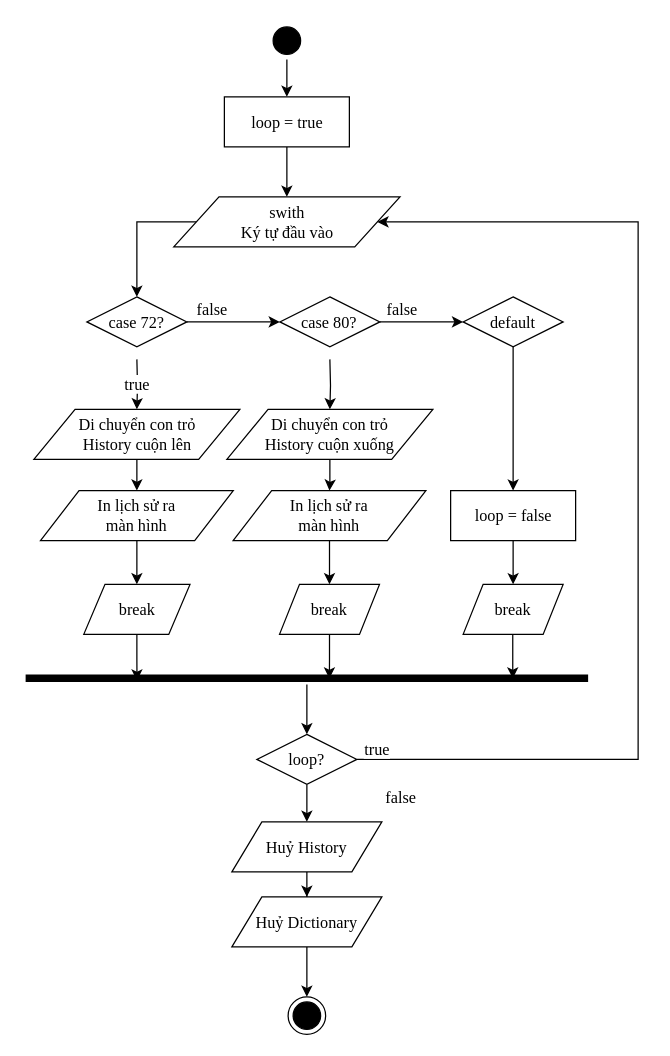
daomtthuan/dictionary keeps this draw.io diagram as page "history" (6 of 6) of docs/diagram/function.drawio. Above is the earlier version. Source tidied: cells renumbered, new cells numbered last; positions are measured from the earlier drawing's top-left corner, leaving out a move shared by most shapes. Both pictures are drawn from the tidied source at 125%, with x=0, y=0 at pixel (25, 21).
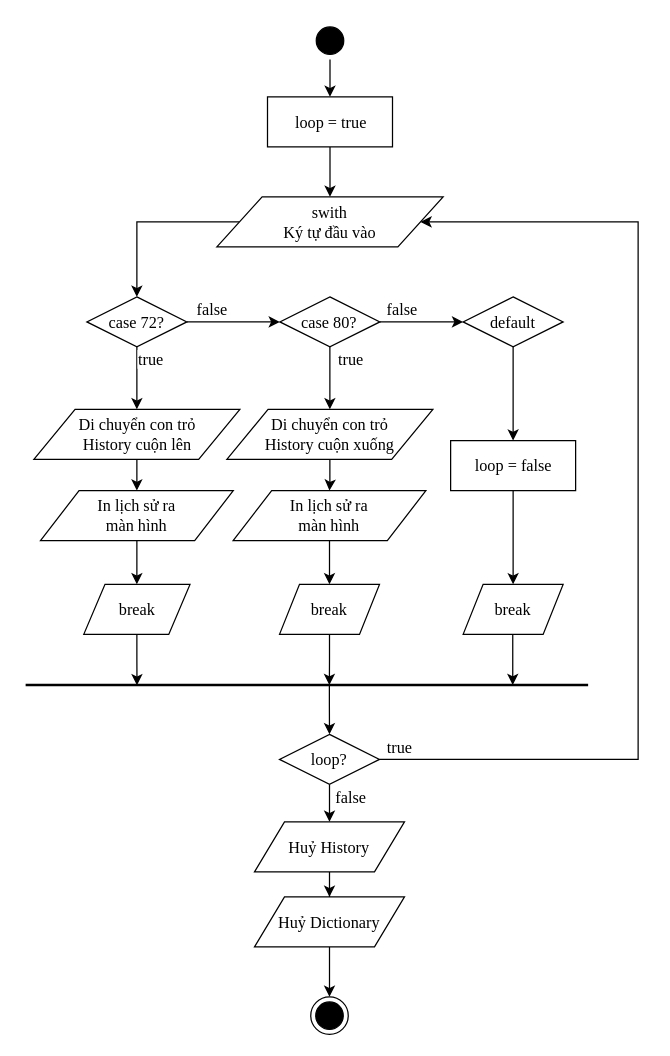
The same diagram, later.

The change refers to these unchanged cells:
```xml
<mxCell id="8" value="case 72?" style="rhombus;whiteSpace=wrap;html=1;fontFamily=Times New Roman;fontSize=13;" parent="1" vertex="1">
  <mxGeometry x="49" y="220" width="80" height="40" as="geometry" />
</mxCell>
<mxCell id="11" value="case 80?" style="rhombus;whiteSpace=wrap;html=1;fontFamily=Times New Roman;fontSize=13;" parent="1" vertex="1">
  <mxGeometry x="203.4" y="220" width="80" height="40" as="geometry" />
</mxCell>
<mxCell id="15" value="Di chuyển con trỏ&lt;br&gt;History cuộn lên" style="shape=parallelogram;perimeter=parallelogramPerimeter;whiteSpace=wrap;html=1;dashed=0;strokeColor=#000000;fontFamily=Times New Roman;fontSize=13;" parent="1" vertex="1">
  <mxGeometry x="6.6" y="310" width="164.8" height="40" as="geometry" />
</mxCell>
<mxCell id="35" value="Di chuyển con trỏ&lt;br&gt;History cuộn xuống" style="shape=parallelogram;perimeter=parallelogramPerimeter;whiteSpace=wrap;html=1;dashed=0;strokeColor=#000000;fontFamily=Times New Roman;fontSize=13;" parent="1" vertex="1">
  <mxGeometry x="161" y="310" width="164.8" height="40" as="geometry" />
</mxCell>
```

What changed in the source:
```diff
@@
+    <mxCell id="18" style="shape=line;html=1;strokeWidth=2;strokeColor=#000000;" parent="1" vertex="1">
+      <mxGeometry y="530" width="450" height="1" as="geometry" />
+    </mxCell>
@@
     <mxCell id="3" style="ellipse;html=1;shape=startState;fillColor=#000000;strokeColor=#000000;" parent="1" vertex="1">
-      <mxGeometry x="194" width="30" height="30" as="geometry" />
+      <mxGeometry x="228.5" width="30" height="30" as="geometry" />
     </mxCell>
@@
     <mxCell id="5" value="swith&lt;br&gt;Ký tự đầu vào" style="shape=parallelogram;perimeter=parallelogramPerimeter;whiteSpace=wrap;html=1;dashed=0;strokeColor=#000000;fontFamily=Times New Roman;fontSize=13;" parent="1" vertex="1">
-      <mxGeometry x="118.5" y="140" width="181" height="40" as="geometry" />
+      <mxGeometry x="153" y="140" width="181" height="40" as="geometry" />
     </mxCell>
-    <mxCell id="6" value="true" style="edgeStyle=orthogonalEdgeStyle;rounded=0;jettySize=auto;html=1;entryX=0.5;entryY=0;entryDx=0;entryDy=0;strokeColor=#000000;fontFamily=Times New Roman;fontSize=13;" parent="1" edge="1" target="15">
-      <mxGeometry relative="1" as="geometry">
-        <mxPoint x="89" y="270" as="sourcePoint" />
-      </mxGeometry>
+    <mxCell id="6" value="true" style="edgeStyle=orthogonalEdgeStyle;rounded=0;jettySize=auto;html=1;entryX=0.5;entryY=0;entryDx=0;entryDy=0;strokeColor=#000000;fontFamily=Times New Roman;fontSize=13;exitX=0.5;exitY=1;exitDx=0;exitDy=0;" parent="1" edge="1" source="8" target="15">
+      <mxGeometry x="-0.6" y="11" relative="1" as="geometry" />
     </mxCell>
@@
-    <mxCell id="10" style="edgeStyle=orthogonalEdgeStyle;rounded=0;jettySize=auto;html=1;entryX=0.5;entryY=0;entryDx=0;entryDy=0;strokeColor=#000000;fontFamily=Times New Roman;fontSize=13;" parent="1" edge="1" target="35">
-      <mxGeometry relative="1" as="geometry">
-        <mxPoint x="243.4" y="270" as="sourcePoint" />
-      </mxGeometry>
+    <mxCell id="10" value="true" style="edgeStyle=orthogonalEdgeStyle;rounded=0;jettySize=auto;html=1;entryX=0.5;entryY=0;entryDx=0;entryDy=0;strokeColor=#000000;fontFamily=Times New Roman;fontSize=13;exitX=0.5;exitY=1;exitDx=0;exitDy=0;" parent="1" edge="1" source="11" target="35">
+      <mxGeometry x="-0.6" y="17" relative="1" as="geometry" />
     </mxCell>
@@
     <mxCell id="16" style="ellipse;html=1;shape=endState;fillColor=#000000;strokeColor=#000000;fontFamily=Times New Roman;fontSize=13;" parent="1" vertex="1">
-      <mxGeometry x="210" y="780" width="30" height="30" as="geometry" />
+      <mxGeometry x="228.1" y="780" width="30" height="30" as="geometry" />
     </mxCell>
-    <mxCell id="17" style="edgeStyle=orthogonalEdgeStyle;rounded=0;jettySize=auto;html=1;entryX=0.5;entryY=0;entryDx=0;entryDy=0;strokeColor=#000000;fontFamily=Times New Roman;fontSize=13;" parent="1" edge="1" source="18" target="29">
-      <mxGeometry relative="1" as="geometry" />
+    <mxCell id="17" style="edgeStyle=orthogonalEdgeStyle;rounded=0;jettySize=auto;html=1;entryX=0.5;entryY=0;entryDx=0;entryDy=0;strokeColor=#000000;fontFamily=Times New Roman;fontSize=13;exitX=0.54;exitY=0.367;exitDx=0;exitDy=0;exitPerimeter=0;" parent="1" edge="1" source="18" target="29">
+      <mxGeometry relative="1" as="geometry">
+        <Array as="points">
+          <mxPoint x="243" y="546" />
+          <mxPoint x="243" y="546" />
+        </Array>
+      </mxGeometry>
     </mxCell>
-    <mxCell id="18" style="shape=line;html=1;strokeWidth=6;strokeColor=#000000;" parent="1" vertex="1">
-      <mxGeometry y="520" width="450" height="10" as="geometry" />
-    </mxCell>
@@
     <mxCell id="24" value="Huỷ Dictionary" style="shape=parallelogram;perimeter=parallelogramPerimeter;whiteSpace=wrap;html=1;dashed=0;strokeColor=#000000;fontFamily=Times New Roman;fontSize=13;" parent="1" vertex="1">
-      <mxGeometry x="165" y="700" width="120" height="40" as="geometry" />
+      <mxGeometry x="183.1" y="700" width="120" height="40" as="geometry" />
     </mxCell>
@@
     <mxCell id="26" value="Huỷ History" style="shape=parallelogram;perimeter=parallelogramPerimeter;whiteSpace=wrap;html=1;dashed=0;strokeColor=#000000;fontFamily=Times New Roman;fontSize=13;" parent="1" vertex="1">
-      <mxGeometry x="165" y="640" width="120" height="40" as="geometry" />
+      <mxGeometry x="183.1" y="640" width="120" height="40" as="geometry" />
     </mxCell>
     <mxCell id="27" value="false" style="edgeStyle=orthogonalEdgeStyle;rounded=0;jettySize=auto;html=1;entryX=0.5;entryY=0;entryDx=0;entryDy=0;strokeColor=#000000;fontFamily=Times New Roman;fontSize=13;" parent="1" edge="1" source="29" target="26">
-      <mxGeometry x="0.2" y="25" relative="1" as="geometry">
-        <mxPoint x="50" as="offset" />
-      </mxGeometry>
+      <mxGeometry x="0.2" y="17" relative="1" as="geometry" />
     </mxCell>
     <mxCell id="28" value="true" style="edgeStyle=orthogonalEdgeStyle;rounded=0;jettySize=auto;html=1;entryX=1;entryY=0.5;entryDx=0;entryDy=0;strokeColor=#000000;fontFamily=Times New Roman;fontSize=13;exitX=1;exitY=0.5;exitDx=0;exitDy=0;" parent="1" edge="1" source="29" target="5">
-      <mxGeometry x="-0.46" y="209" relative="1" as="geometry">
+      <mxGeometry x="-0.96" y="10" relative="1" as="geometry">
         <Array as="points">
           <mxPoint x="490" y="590" />
           <mxPoint x="490" y="160" />
         </Array>
       </mxGeometry>
     </mxCell>
     <mxCell id="29" value="loop?" style="rhombus;whiteSpace=wrap;html=1;fontFamily=Times New Roman;fontSize=13;" parent="1" vertex="1">
-      <mxGeometry x="185" y="570" width="80" height="40" as="geometry" />
+      <mxGeometry x="203.1" y="570" width="80" height="40" as="geometry" />
     </mxCell>
@@
     <mxCell id="39" value="loop = true" style="html=1;dashed=0;whitespace=wrap;strokeColor=#000000;fontFamily=Times New Roman;fontSize=13;" parent="1" vertex="1">
-      <mxGeometry x="159" y="60" width="100" height="40" as="geometry" />
+      <mxGeometry x="193.5" y="60" width="100" height="40" as="geometry" />
     </mxCell>
@@
     <mxCell id="41" value="loop = false" style="html=1;dashed=0;whitespace=wrap;strokeColor=#000000;fontFamily=Times New Roman;fontSize=13;" parent="1" vertex="1">
-      <mxGeometry x="340" y="375" width="100" height="40" as="geometry" />
+      <mxGeometry x="340" y="335" width="100" height="40" as="geometry" />
     </mxCell>
```
